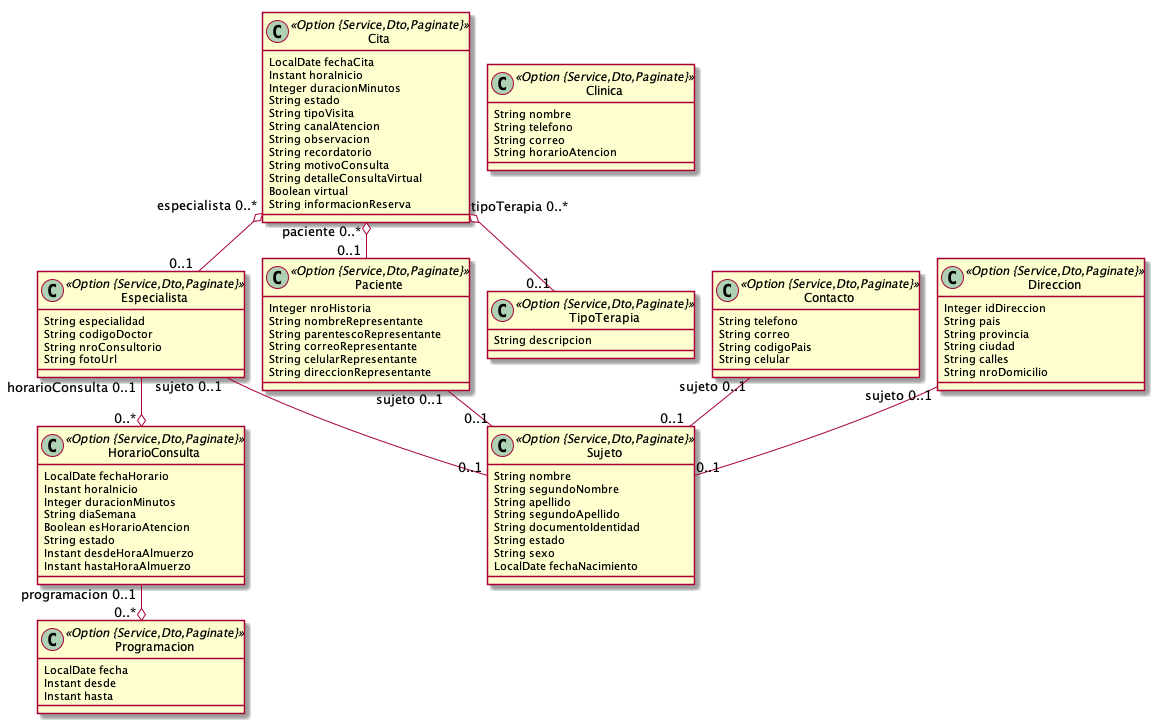
Above: modelado.png in jayaleonardo/agendamiento (PlantUML), before the change.
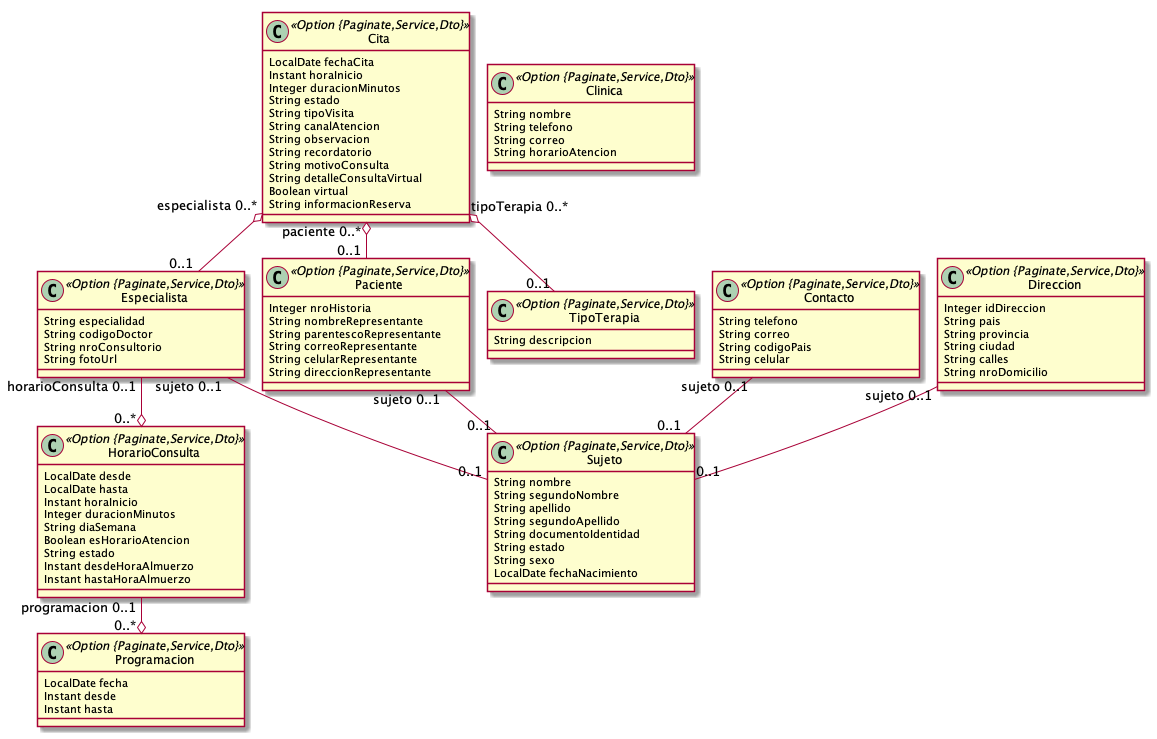
The same file after the commit.

The edit, as a diff of the source:
```diff
@@ -1,7 +1,7 @@
 @startuml
 	!pragma layout smetana
 	!pragma syntax class
-	class Cita <<Option {Service,Dto,Paginate}>> {
+	class Cita <<Option {Paginate,Service,Dto}>> {
 		LocalDate fechaCita
 		Instant horaInicio
 		Integer duracionMinutos
@@ -15,7 +15,7 @@
 		Boolean virtual
 		String informacionReserva
 	}
-	class Paciente <<Option {Service,Dto,Paginate}>> {
+	class Paciente <<Option {Paginate,Service,Dto}>> {
 		Integer nroHistoria
 		String nombreRepresentante
 		String parentescoRepresentante
@@ -23,7 +23,7 @@
 		String celularRepresentante
 		String direccionRepresentante
 	}
-	class Sujeto <<Option {Service,Dto,Paginate}>> {
+	class Sujeto <<Option {Paginate,Service,Dto}>> {
 		String nombre
 		String segundoNombre
 		String apellido
@@ -33,14 +33,15 @@
 		String sexo
 		LocalDate fechaNacimiento
 	}
-	class Especialista <<Option {Service,Dto,Paginate}>> {
+	class Especialista <<Option {Paginate,Service,Dto}>> {
 		String especialidad
 		String codigoDoctor
 		String nroConsultorio
 		String fotoUrl
 	}
-	class HorarioConsulta <<Option {Service,Dto,Paginate}>> {
-		LocalDate fechaHorario
+	class HorarioConsulta <<Option {Paginate,Service,Dto}>> {
+		LocalDate desde
+		LocalDate hasta
 		Instant horaInicio
 		Integer duracionMinutos
 		String diaSemana
@@ -49,13 +50,13 @@
 		Instant desdeHoraAlmuerzo
 		Instant hastaHoraAlmuerzo
 	}
-	class Contacto <<Option {Service,Dto,Paginate}>> {
+	class Contacto <<Option {Paginate,Service,Dto}>> {
 		String telefono
 		String correo
 		String codigoPais
 		String celular
 	}
-	class Direccion <<Option {Service,Dto,Paginate}>> {
+	class Direccion <<Option {Paginate,Service,Dto}>> {
 		Integer idDireccion
 		String pais
 		String provincia
@@ -63,16 +64,16 @@
 		String calles
 		String nroDomicilio
 	}
-	class Clinica <<Option {Service,Dto,Paginate}>> {
+	class Clinica <<Option {Paginate,Service,Dto}>> {
 		String nombre
 		String telefono
 		String correo
 		String horarioAtencion
 	}
-	class TipoTerapia <<Option {Service,Dto,Paginate}>> {
+	class TipoTerapia <<Option {Paginate,Service,Dto}>> {
 		String descripcion
 	}
-	class Programacion <<Option {Service,Dto,Paginate}>> {
+	class Programacion <<Option {Paginate,Service,Dto}>> {
 		LocalDate fecha
 		Instant desde
 		Instant hasta
```
